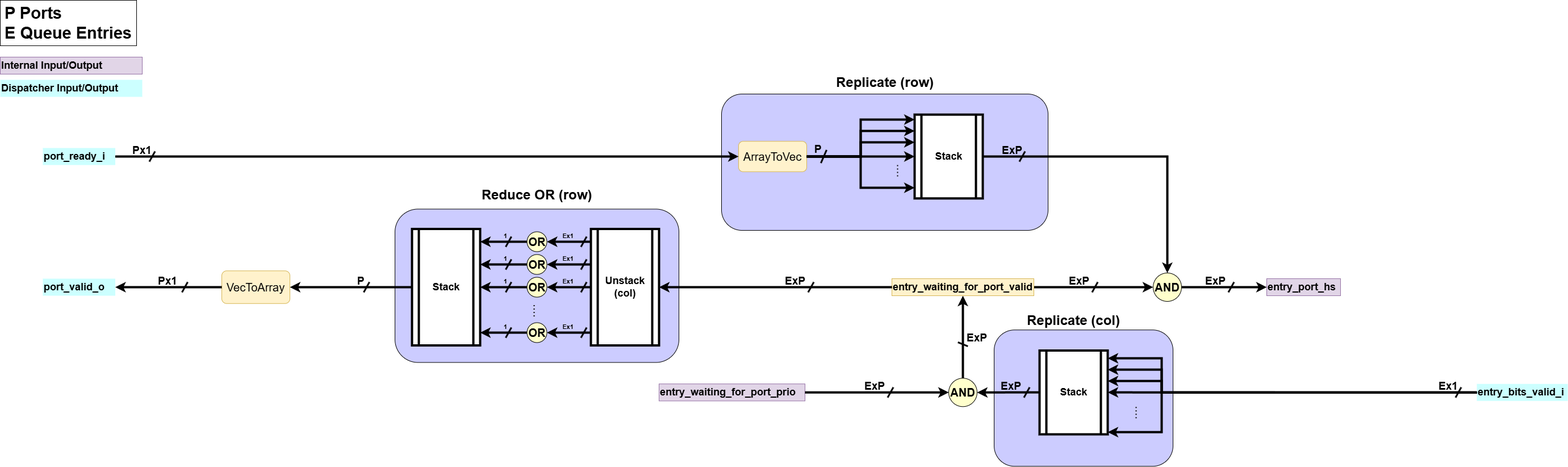
Above: docs/LSQ/figs/qtp/QTP_Handshake_Logic_description.png in EPFL-LAP/dynamatic (draw.io), before the change. Source tidied: cells renumbered, new cells last; positions are measured from the earlier drawing's top-left corner, leaving out a move shared by most shapes.
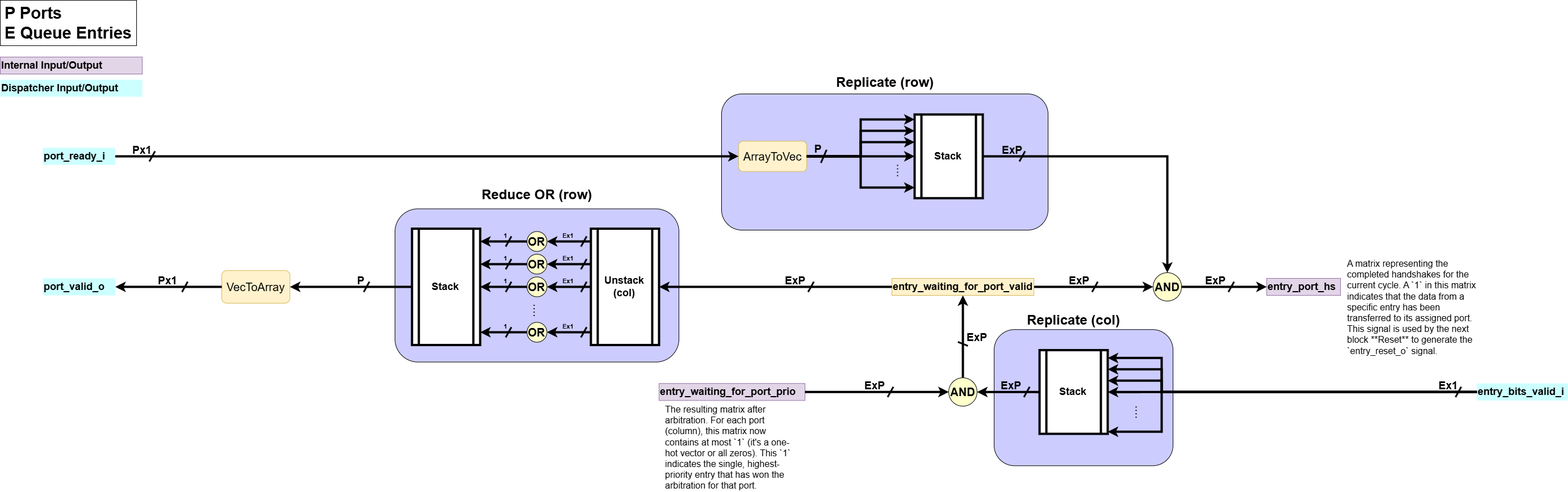
After the change.

Change to the diagram source:
```diff
@@ -431,5 +431,11 @@
     <mxCell id="99" value="Dispatcher Input/Output" style="text;html=1;align=left;verticalAlign=middle;whiteSpace=wrap;rounded=0;fillColor=#CCFFFF;fontSize=18;fontStyle=1;" parent="1" vertex="1">
       <mxGeometry y="140" width="250" height="30" as="geometry" />
     </mxCell>
+    <mxCell id="100" value="The resulting matrix after arbitration. For each port (column), this matrix now contains at most `1` (it's a one-hot vector or all zeros). This `1` indicates the single, highest-priority entry that has won the arbitration for that port." style="text;whiteSpace=wrap;fontSize=16;" parent="1" vertex="1">
+      <mxGeometry x="1168.5" y="705.2" width="240" height="122.5" as="geometry" />
+    </mxCell>
+    <mxCell id="101" value="A matrix representing the completed handshakes for the current cycle. A `1` in this matrix indicates that the data from a specific entry has been transferred to its assigned port. This signal is used by the next block **Reset** to generate the `entry_reset_o` signal." style="text;whiteSpace=wrap;fontSize=16;" parent="1" vertex="1">
+      <mxGeometry x="2370" y="447.5" width="240" height="122.5" as="geometry" />
+    </mxCell>
   </root>
 </mxGraphModel>
```
